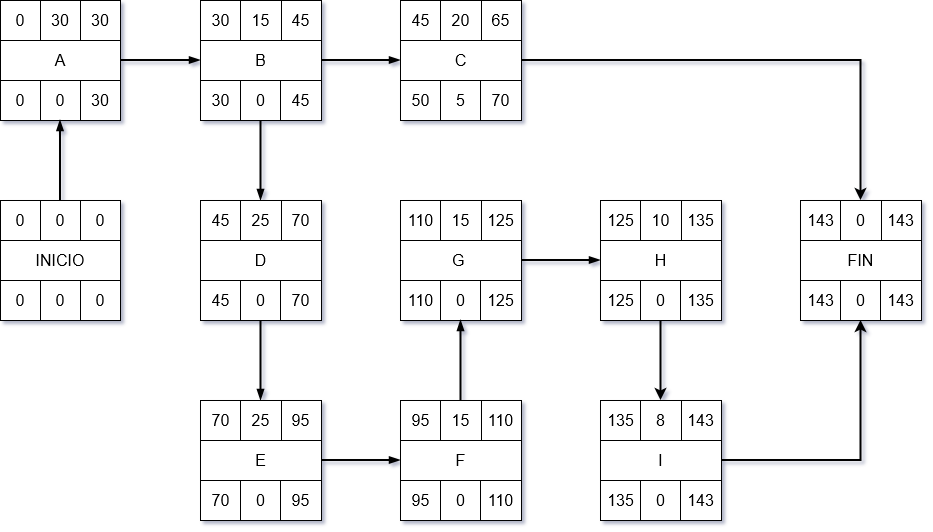
Above: diagramas/CMP.drawio.png in POLA-LCS/juego-consciente (draw.io), before the change. Source tidied: cells renumbered, new cells last; positions are measured from the earlier drawing's top-left corner, leaving out a move shared by most shapes.
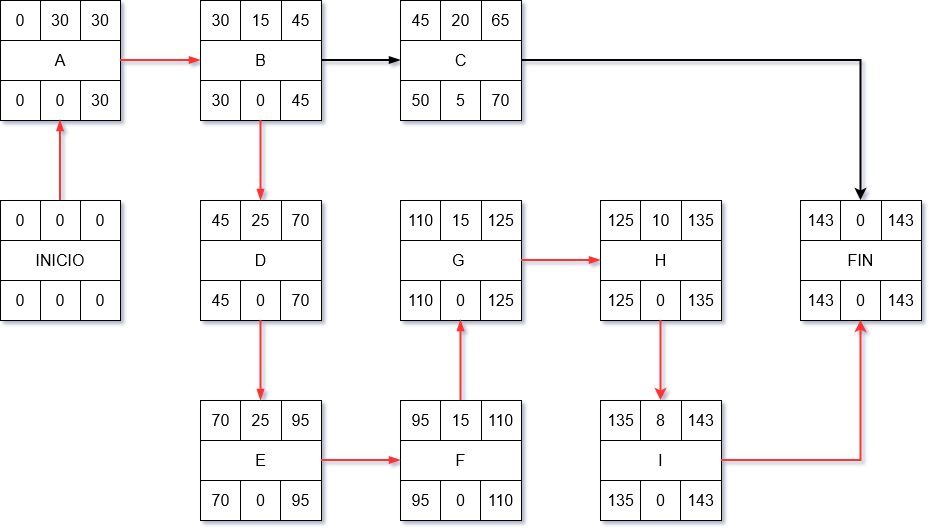
Above is the later version.

What changed in the source:
```diff
@@ -206,13 +206,13 @@
     <mxCell id="69" value="A" style="rounded=0;whiteSpace=wrap;html=1;fontSize=16;" parent="62" vertex="1">
       <mxGeometry y="40" width="120" height="40" as="geometry" />
     </mxCell>
-    <mxCell id="70" style="edgeStyle=orthogonalEdgeStyle;rounded=0;jettySize=auto;html=1;entryX=0.5;entryY=1;entryDx=0;entryDy=0;strokeWidth=2;endArrow=blockThin;endFill=1;" parent="1" edge="1" source="13" target="67">
+    <mxCell id="70" style="edgeStyle=orthogonalEdgeStyle;rounded=0;jettySize=auto;html=1;entryX=0.5;entryY=1;entryDx=0;entryDy=0;strokeWidth=2;endArrow=blockThin;endFill=1;fillColor=#FF3333;strokeColor=#FF3333;" parent="1" edge="1" source="13" target="67">
       <mxGeometry relative="1" as="geometry" />
     </mxCell>
-    <mxCell id="71" style="edgeStyle=orthogonalEdgeStyle;rounded=0;jettySize=auto;html=1;strokeWidth=2;endArrow=blockThin;endFill=1;" parent="1" edge="1" source="69" target="9">
+    <mxCell id="71" style="edgeStyle=orthogonalEdgeStyle;rounded=0;jettySize=auto;html=1;strokeWidth=2;endArrow=blockThin;endFill=1;strokeColor=#FF3333;" parent="1" edge="1" source="69" target="9">
       <mxGeometry relative="1" as="geometry" />
     </mxCell>
-    <mxCell id="72" style="edgeStyle=orthogonalEdgeStyle;rounded=0;jettySize=auto;html=1;strokeWidth=2;endArrow=blockThin;endFill=1;" parent="1" edge="1" source="7" target="22">
+    <mxCell id="72" style="edgeStyle=orthogonalEdgeStyle;rounded=0;jettySize=auto;html=1;strokeWidth=2;endArrow=blockThin;endFill=1;strokeColor=#FF3333;" parent="1" edge="1" source="7" target="22">
       <mxGeometry relative="1" as="geometry" />
     </mxCell>
     <mxCell id="73" style="edgeStyle=orthogonalEdgeStyle;rounded=0;jettySize=auto;html=1;strokeWidth=2;endArrow=blockThin;endFill=1;" parent="1" edge="1" source="9" target="34">
@@ -245,7 +245,7 @@
     <mxCell id="82" value="E" style="rounded=0;whiteSpace=wrap;html=1;fontSize=16;" parent="74" vertex="1">
       <mxGeometry y="40" width="121" height="40" as="geometry" />
     </mxCell>
-    <mxCell id="83" style="edgeStyle=orthogonalEdgeStyle;rounded=0;jettySize=auto;html=1;strokeWidth=2;endArrow=blockThin;endFill=1;exitX=0.5;exitY=1;exitDx=0;exitDy=0;entryX=0.5;entryY=0;entryDx=0;entryDy=0;" parent="1" edge="1" source="24" target="78">
+    <mxCell id="83" style="edgeStyle=orthogonalEdgeStyle;rounded=0;jettySize=auto;html=1;strokeWidth=2;endArrow=blockThin;endFill=1;exitX=0.5;exitY=1;exitDx=0;exitDy=0;entryX=0.5;entryY=0;entryDx=0;entryDy=0;strokeColor=#FF3333;" parent="1" edge="1" source="24" target="78">
       <mxGeometry relative="1" as="geometry" />
     </mxCell>
     <mxCell id="84" style="group;" parent="1" vertex="1">
@@ -275,13 +275,13 @@
     <mxCell id="92" value="F" style="rounded=0;whiteSpace=wrap;html=1;fontSize=16;" parent="84" vertex="1">
       <mxGeometry y="40" width="121" height="40" as="geometry" />
     </mxCell>
-    <mxCell id="93" style="edgeStyle=orthogonalEdgeStyle;rounded=0;jettySize=auto;html=1;strokeWidth=2;endArrow=blockThin;endFill=1;entryX=0;entryY=0.5;entryDx=0;entryDy=0;" parent="1" edge="1" source="82" target="92">
+    <mxCell id="93" style="edgeStyle=orthogonalEdgeStyle;rounded=0;jettySize=auto;html=1;strokeWidth=2;endArrow=blockThin;endFill=1;entryX=0;entryY=0.5;entryDx=0;entryDy=0;strokeColor=#FF3333;" parent="1" edge="1" source="82" target="92">
       <mxGeometry relative="1" as="geometry" />
     </mxCell>
-    <mxCell id="94" style="edgeStyle=orthogonalEdgeStyle;rounded=0;jettySize=auto;html=1;strokeWidth=2;endArrow=blockThin;endFill=1;" parent="1" edge="1" source="88" target="41">
+    <mxCell id="94" style="edgeStyle=orthogonalEdgeStyle;rounded=0;jettySize=auto;html=1;strokeWidth=2;endArrow=blockThin;endFill=1;strokeColor=#FF3333;" parent="1" edge="1" source="88" target="41">
       <mxGeometry relative="1" as="geometry" />
     </mxCell>
-    <mxCell id="95" style="edgeStyle=orthogonalEdgeStyle;rounded=0;jettySize=auto;html=1;strokeWidth=2;endArrow=blockThin;endFill=1;" parent="1" edge="1" source="43" target="52">
+    <mxCell id="95" style="edgeStyle=orthogonalEdgeStyle;rounded=0;jettySize=auto;html=1;strokeWidth=2;endArrow=blockThin;endFill=1;strokeColor=#FF3333;" parent="1" edge="1" source="43" target="52">
       <mxGeometry relative="1" as="geometry" />
     </mxCell>
     <mxCell id="96" style="group;" parent="1" vertex="1">
@@ -311,13 +311,13 @@
     <mxCell id="104" value="I" style="rounded=0;whiteSpace=wrap;html=1;fontSize=16;" parent="96" vertex="1">
       <mxGeometry y="40" width="121" height="40" as="geometry" />
     </mxCell>
-    <mxCell id="105" style="edgeStyle=orthogonalEdgeStyle;rounded=0;jettySize=auto;html=1;strokeWidth=2;" parent="1" edge="1" source="50" target="99">
+    <mxCell id="105" style="edgeStyle=orthogonalEdgeStyle;rounded=0;jettySize=auto;html=1;strokeWidth=2;strokeColor=#FF3333;" parent="1" edge="1" source="50" target="99">
       <mxGeometry relative="1" as="geometry" />
     </mxCell>
     <mxCell id="106" style="edgeStyle=orthogonalEdgeStyle;rounded=0;jettySize=auto;html=1;strokeWidth=2;" parent="1" edge="1" source="34" target="56">
       <mxGeometry relative="1" as="geometry" />
     </mxCell>
-    <mxCell id="107" style="edgeStyle=orthogonalEdgeStyle;rounded=0;jettySize=auto;html=1;strokeWidth=2;" parent="1" edge="1" source="104" target="59">
+    <mxCell id="107" style="edgeStyle=orthogonalEdgeStyle;rounded=0;jettySize=auto;html=1;strokeWidth=2;strokeColor=#FF3333;" parent="1" edge="1" source="104" target="59">
       <mxGeometry relative="1" as="geometry" />
     </mxCell>
   </root>
```
